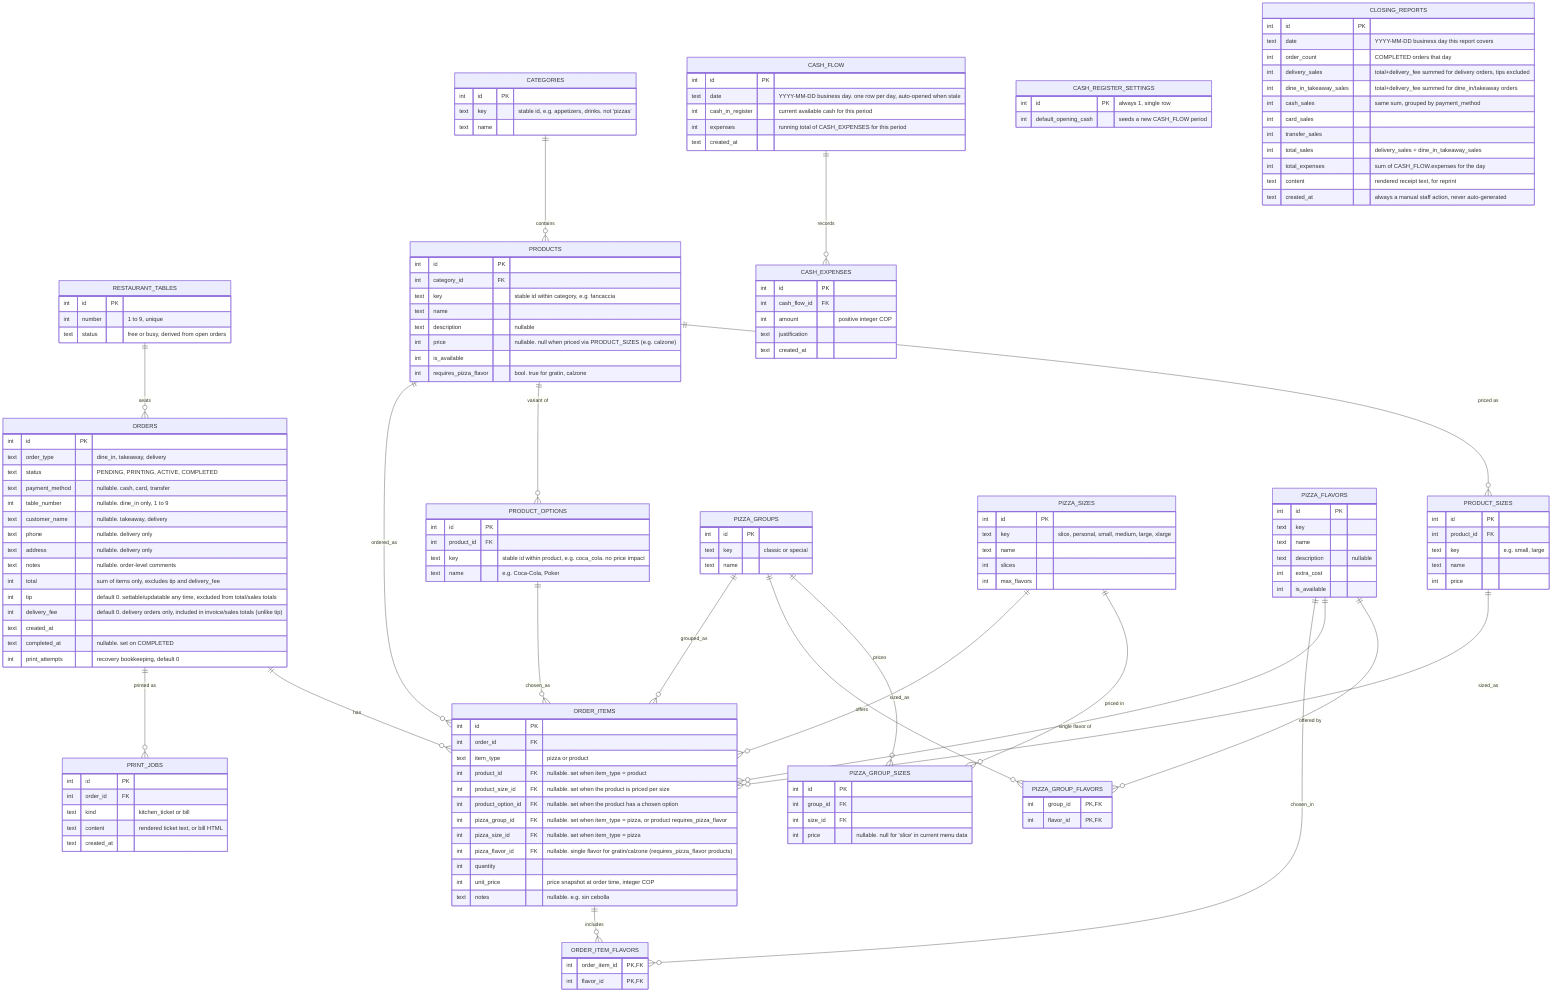
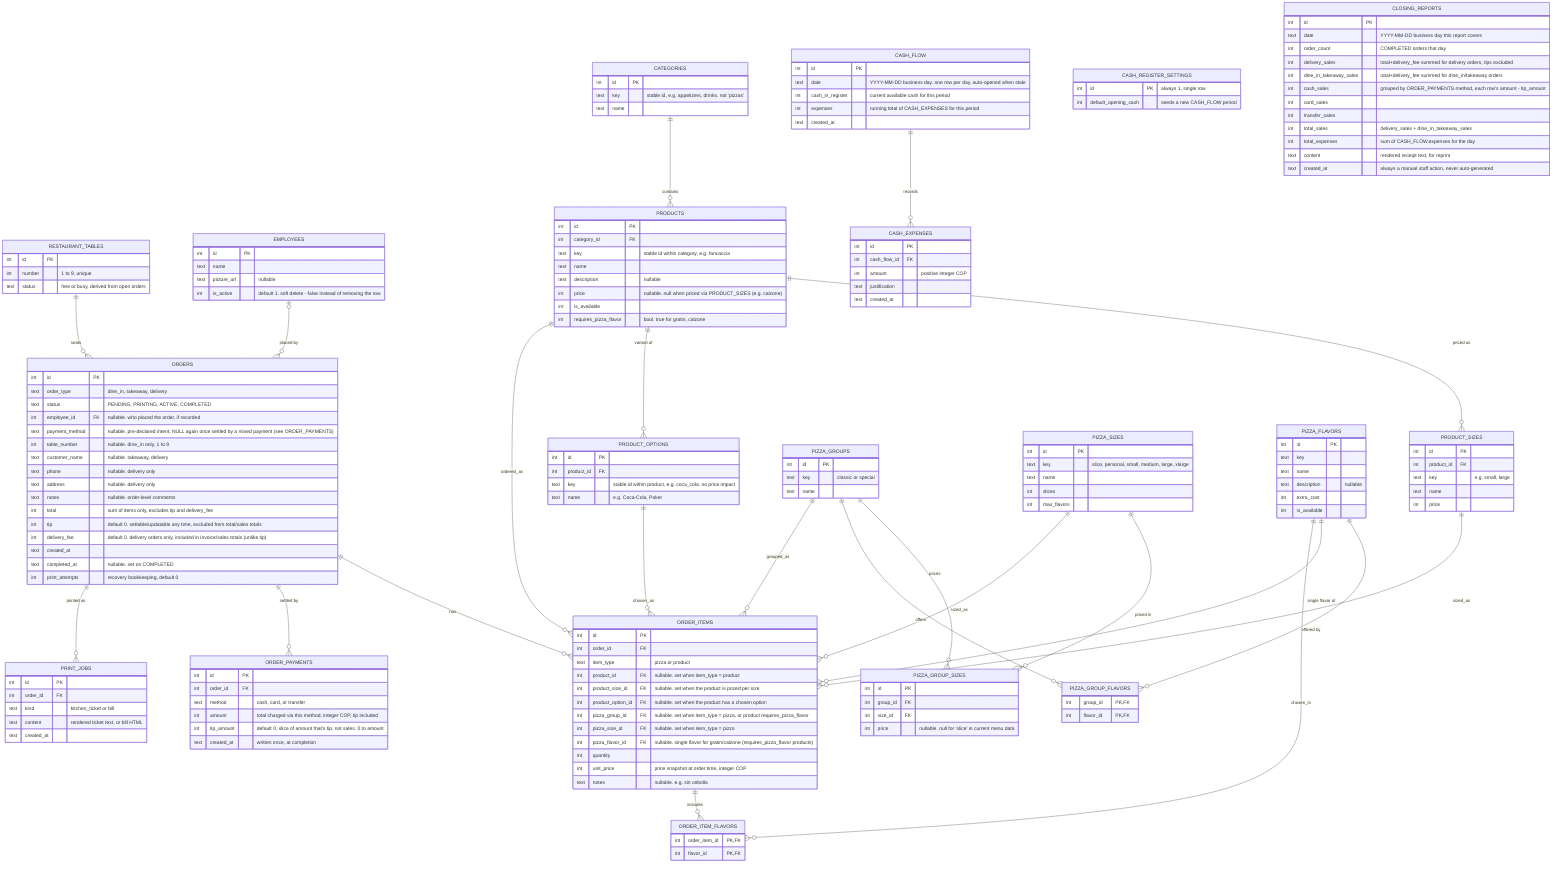
erDiagram
  RESTAURANT_TABLES ||--o{ ORDERS : seats
+   EMPLOYEES |o--o{ ORDERS : "placed by"

  CATEGORIES ||--o{ PRODUCTS : contains
  PRODUCTS ||--o{ PRODUCT_SIZES : "priced as"
  PRODUCTS ||--o{ PRODUCT_OPTIONS : "variant of"

  PIZZA_GROUPS ||--o{ PIZZA_GROUP_SIZES : prices
  PIZZA_SIZES ||--o{ PIZZA_GROUP_SIZES : "priced in"
  PIZZA_GROUPS ||--o{ PIZZA_GROUP_FLAVORS : offers
  PIZZA_FLAVORS ||--o{ PIZZA_GROUP_FLAVORS : "offered by"

  ORDERS ||--o{ ORDER_ITEMS : has
+   ORDERS ||--o{ ORDER_PAYMENTS : "settled by"
  PRODUCTS ||--o{ ORDER_ITEMS : ordered_as
  PRODUCT_SIZES ||--o{ ORDER_ITEMS : sized_as
  PRODUCT_OPTIONS ||--o{ ORDER_ITEMS : chosen_as
  PIZZA_GROUPS ||--o{ ORDER_ITEMS : grouped_as
  PIZZA_SIZES ||--o{ ORDER_ITEMS : sized_as
  PIZZA_FLAVORS ||--o{ ORDER_ITEMS : "single flavor of"
  ORDER_ITEMS ||--o{ ORDER_ITEM_FLAVORS : includes
  PIZZA_FLAVORS ||--o{ ORDER_ITEM_FLAVORS : chosen_in
  ORDERS ||--o{ PRINT_JOBS : "printed as"

  CASH_FLOW ||--o{ CASH_EXPENSES : records

  RESTAURANT_TABLES {
    int id PK
    int number "1 to 9, unique"
    text status "free or busy, derived from open orders"
+   }
+ 
+   EMPLOYEES {
+     int id PK
+     text name
+     text picture_url "nullable"
+     int is_active "default 1. soft delete - false instead of removing the row"
  }

  CATEGORIES {
    int id PK
    text key "stable id, e.g. appetizers, drinks. not 'pizzas'"
    text name
  }
  PRODUCTS {
    int id PK
    int category_id FK
    text key "stable id within category, e.g. fancaccia"
    text name
    text description "nullable"
    int price "nullable. null when priced via PRODUCT_SIZES (e.g. calzone)"
    int is_available
    int requires_pizza_flavor "bool. true for gratin, calzone"
  }
  PRODUCT_SIZES {
    int id PK
    int product_id FK
    text key "e.g. small, large"
    text name
    int price
  }
  PRODUCT_OPTIONS {
    int id PK
    int product_id FK
    text key "stable id within product, e.g. coca_cola. no price impact"
    text name "e.g. Coca-Cola, Poker"
  }

  PIZZA_GROUPS {
    int id PK
    text key "classic or special"
    text name
  }
  PIZZA_SIZES {
    int id PK
    text key "slice, personal, small, medium, large, xlarge"
    text name
    int slices
    int max_flavors
  }
  PIZZA_GROUP_SIZES {
    int id PK
    int group_id FK
    int size_id FK
    int price "nullable. null for 'slice' in current menu data"
  }
  PIZZA_FLAVORS {
    int id PK
    text key
    text name
    text description "nullable"
    int extra_cost
    int is_available
  }
  PIZZA_GROUP_FLAVORS {
    int group_id PK, FK
    int flavor_id PK, FK
  }

  ORDERS {
    int id PK
    text order_type "dine_in, takeaway, delivery"
    text status "PENDING, PRINTING, ACTIVE, COMPLETED"
-     text payment_method "nullable. cash, card, transfer"
+     int employee_id FK "nullable. who placed the order, if recorded"
+     text payment_method "nullable. pre-declared intent; NULL again once settled by a mixed payment (see ORDER_PAYMENTS)"
    int table_number "nullable. dine_in only, 1 to 9"
    text customer_name "nullable. takeaway, delivery"
    text phone "nullable. delivery only"
    text address "nullable. delivery only"
    text notes "nullable. order-level comments"
    int total "sum of items only, excludes tip and delivery_fee"
    int tip "default 0. settable/updatable any time, excluded from total/sales totals"
    int delivery_fee "default 0. delivery orders only, included in invoice/sales totals (unlike tip)"
    text created_at
    text completed_at "nullable. set on COMPLETED"
    int print_attempts "recovery bookkeeping, default 0"
  }
  ORDER_ITEMS {
    int id PK
    int order_id FK
    text item_type "pizza or product"
    int product_id FK "nullable. set when item_type = product"
    int product_size_id FK "nullable. set when the product is priced per size"
    int product_option_id FK "nullable. set when the product has a chosen option"
    int pizza_group_id FK "nullable. set when item_type = pizza, or product requires_pizza_flavor"
    int pizza_size_id FK "nullable. set when item_type = pizza"
    int pizza_flavor_id FK "nullable. single flavor for gratin/calzone (requires_pizza_flavor products)"
    int quantity
    int unit_price "price snapshot at order time, integer COP"
    text notes "nullable. e.g. sin cebolla"
  }
  ORDER_ITEM_FLAVORS {
    int order_item_id PK, FK
    int flavor_id PK, FK
+   }
+ 
+   ORDER_PAYMENTS {
+     int id PK
+     int order_id FK
+     text method "cash, card, or transfer"
+     int amount "total charged via this method, integer COP, tip included"
+     int tip_amount "default 0. slice of amount that's tip, not sales. 0 to amount"
+     text created_at "written once, at completion"
  }

  PRINT_JOBS {
    int id PK
    int order_id FK
    text kind "kitchen_ticket or bill"
    text content "rendered ticket text, or bill HTML"
    text created_at
  }

  CASH_REGISTER_SETTINGS {
    int id PK "always 1, single row"
    int default_opening_cash "seeds a new CASH_FLOW period"
  }
  CASH_FLOW {
    int id PK
    text date "YYYY-MM-DD business day. one row per day, auto-opened when stale"
    int cash_in_register "current available cash for this period"
    int expenses "running total of CASH_EXPENSES for this period"
    text created_at
  }
  CASH_EXPENSES {
    int id PK
    int cash_flow_id FK
    int amount "positive integer COP"
    text justification
    text created_at
  }

  CLOSING_REPORTS {
    int id PK
    text date "YYYY-MM-DD business day this report covers"
    int order_count "COMPLETED orders that day"
    int delivery_sales "total+delivery_fee summed for delivery orders, tips excluded"
    int dine_in_takeaway_sales "total+delivery_fee summed for dine_in/takeaway orders"
-     int cash_sales "same sum, grouped by payment_method"
+     int cash_sales "grouped by ORDER_PAYMENTS.method, each row's amount - tip_amount"
    int card_sales
    int transfer_sales
    int total_sales "delivery_sales + dine_in_takeaway_sales"
    int total_expenses "sum of CASH_FLOW.expenses for the day"
    text content "rendered receipt text, for reprint"
    text created_at "always a manual staff action, never auto-generated"
  }
